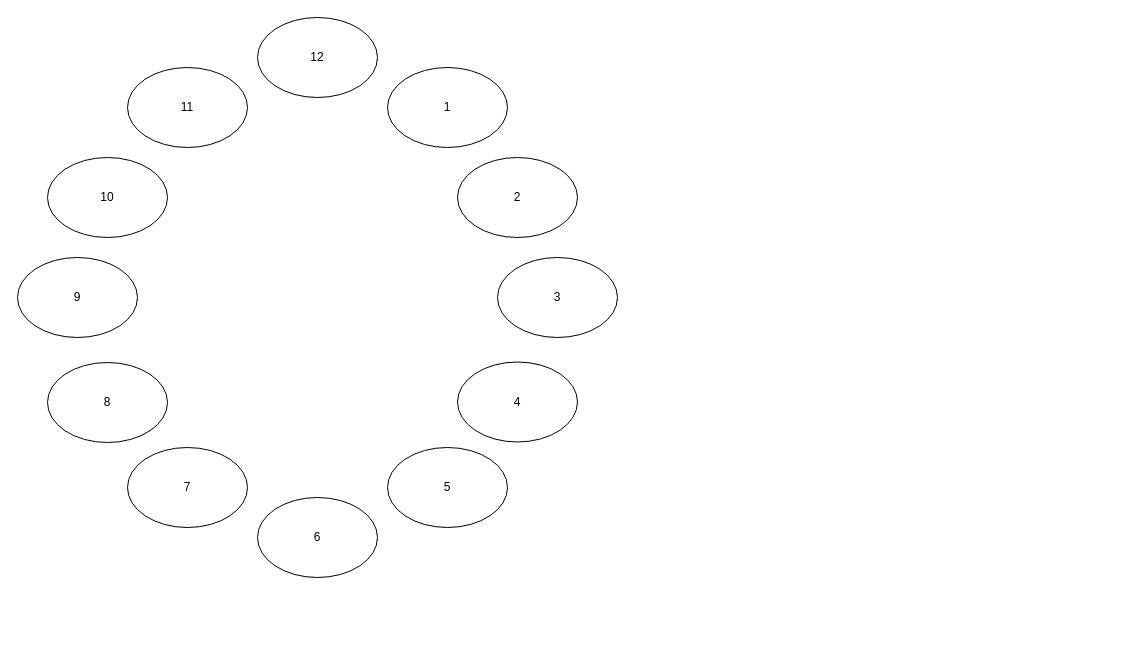
This is Teoria da Computação/G.drawio from John-The-Fox/4-semestre, a draw.io file, before an edit. Source tidied: cells renumbered, new cells numbered last; positions are measured from the earlier drawing's top-left corner, leaving out a move shared by most shapes. Both pictures are drawn from the tidied source at 100%, with x=0, y=0 at pixel (17, 17).
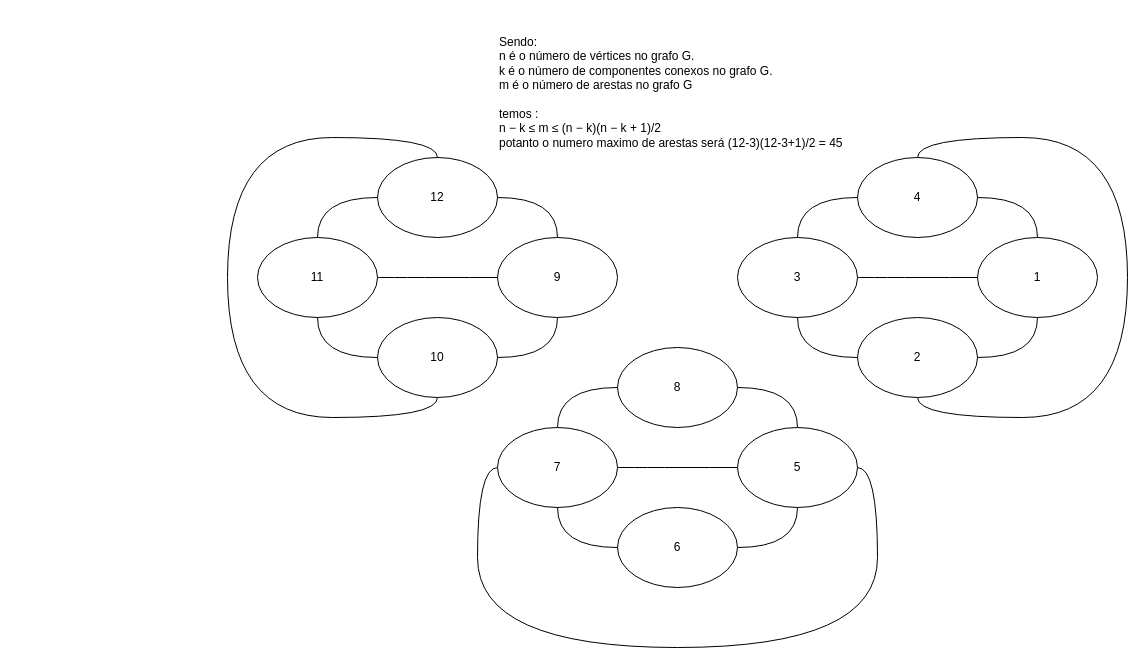
The same diagram, later.

Change to the diagram source:
```diff
@@
+    <mxCell id="14" style="edgeStyle=orthogonalEdgeStyle;curved=1;rounded=0;jettySize=auto;html=1;exitX=1;exitY=0.5;exitDx=0;exitDy=0;entryX=0.5;entryY=0;entryDx=0;entryDy=0;endArrow=none;endFill=0;" parent="1" edge="1" source="2" target="4">
+      <mxGeometry relative="1" as="geometry" />
+    </mxCell>
+    <mxCell id="15" style="edgeStyle=orthogonalEdgeStyle;curved=1;rounded=0;jettySize=auto;html=1;exitX=0.5;exitY=0;exitDx=0;exitDy=0;entryX=0.5;entryY=1;entryDx=0;entryDy=0;endArrow=none;endFill=0;" parent="1" edge="1" source="2" target="5">
+      <mxGeometry relative="1" as="geometry">
+        <Array as="points">
+          <mxPoint x="900" y="120" />
+          <mxPoint x="1110" y="120" />
+          <mxPoint x="1110" y="400" />
+          <mxPoint x="900" y="400" />
+        </Array>
+      </mxGeometry>
+    </mxCell>
     <mxCell id="2" value="4" style="ellipse;whiteSpace=wrap;html=1;" parent="1" vertex="1">
-      <mxGeometry x="440" y="344.5" width="120" height="80" as="geometry" />
+      <mxGeometry x="840" y="140" width="120" height="80" as="geometry" />
     </mxCell>
+    <mxCell id="16" style="edgeStyle=orthogonalEdgeStyle;curved=1;rounded=0;jettySize=auto;html=1;exitX=0.5;exitY=0;exitDx=0;exitDy=0;entryX=0;entryY=0.5;entryDx=0;entryDy=0;endArrow=none;endFill=0;" parent="1" edge="1" source="3" target="2">
+      <mxGeometry relative="1" as="geometry" />
+    </mxCell>
+    <mxCell id="17" style="edgeStyle=orthogonalEdgeStyle;curved=1;rounded=0;jettySize=auto;html=1;exitX=1;exitY=0.5;exitDx=0;exitDy=0;entryX=0;entryY=0.5;entryDx=0;entryDy=0;endArrow=none;endFill=0;" parent="1" edge="1" source="3" target="4">
+      <mxGeometry relative="1" as="geometry" />
+    </mxCell>
     <mxCell id="3" value="3" style="ellipse;whiteSpace=wrap;html=1;" parent="1" vertex="1">
-      <mxGeometry x="480" y="240" width="120" height="80" as="geometry" />
+      <mxGeometry x="720" y="220" width="120" height="80" as="geometry" />
     </mxCell>
+    <mxCell id="18" style="edgeStyle=orthogonalEdgeStyle;curved=1;rounded=0;jettySize=auto;html=1;exitX=0.5;exitY=1;exitDx=0;exitDy=0;entryX=1;entryY=0.5;entryDx=0;entryDy=0;endArrow=none;endFill=0;" parent="1" edge="1" source="4" target="5">
+      <mxGeometry relative="1" as="geometry" />
+    </mxCell>
     <mxCell id="4" value="1" style="ellipse;whiteSpace=wrap;html=1;" parent="1" vertex="1">
-      <mxGeometry x="370" y="50" width="120" height="80" as="geometry" />
+      <mxGeometry x="960" y="220" width="120" height="80" as="geometry" />
     </mxCell>
+    <mxCell id="19" style="edgeStyle=orthogonalEdgeStyle;curved=1;rounded=0;jettySize=auto;html=1;exitX=0;exitY=0.5;exitDx=0;exitDy=0;entryX=0.5;entryY=1;entryDx=0;entryDy=0;endArrow=none;endFill=0;" parent="1" edge="1" source="5" target="3">
+      <mxGeometry relative="1" as="geometry" />
+    </mxCell>
     <mxCell id="5" value="2" style="ellipse;whiteSpace=wrap;html=1;" parent="1" vertex="1">
-      <mxGeometry x="440" y="140" width="120" height="80" as="geometry" />
+      <mxGeometry x="840" y="300" width="120" height="80" as="geometry" />
     </mxCell>
+    <mxCell id="20" style="edgeStyle=orthogonalEdgeStyle;curved=1;rounded=0;jettySize=auto;html=1;exitX=1;exitY=0.5;exitDx=0;exitDy=0;entryX=0.5;entryY=0;entryDx=0;entryDy=0;endArrow=none;endFill=0;" parent="1" edge="1" source="6" target="8">
+      <mxGeometry relative="1" as="geometry" />
+    </mxCell>
     <mxCell id="6" value="8" style="ellipse;whiteSpace=wrap;html=1;" parent="1" vertex="1">
-      <mxGeometry x="30" y="345" width="120" height="80" as="geometry" />
+      <mxGeometry x="600" y="330" width="120" height="80" as="geometry" />
     </mxCell>
+    <mxCell id="21" style="edgeStyle=orthogonalEdgeStyle;curved=1;rounded=0;jettySize=auto;html=1;exitX=0.5;exitY=0;exitDx=0;exitDy=0;entryX=0;entryY=0.5;entryDx=0;entryDy=0;endArrow=none;endFill=0;" parent="1" edge="1" source="7" target="6">
+      <mxGeometry relative="1" as="geometry" />
+    </mxCell>
+    <mxCell id="22" style="edgeStyle=orthogonalEdgeStyle;curved=1;rounded=0;jettySize=auto;html=1;exitX=1;exitY=0.5;exitDx=0;exitDy=0;entryX=0;entryY=0.5;entryDx=0;entryDy=0;endArrow=none;endFill=0;" parent="1" edge="1" source="7" target="8">
+      <mxGeometry relative="1" as="geometry" />
+    </mxCell>
+    <mxCell id="23" style="edgeStyle=orthogonalEdgeStyle;curved=1;rounded=0;jettySize=auto;html=1;exitX=0;exitY=0.5;exitDx=0;exitDy=0;entryX=1;entryY=0.5;entryDx=0;entryDy=0;endArrow=none;endFill=0;" parent="1" edge="1" source="7" target="8">
+      <mxGeometry relative="1" as="geometry">
+        <Array as="points">
+          <mxPoint x="460" y="450" />
+          <mxPoint x="460" y="630" />
+          <mxPoint x="860" y="630" />
+          <mxPoint x="860" y="450" />
+        </Array>
+      </mxGeometry>
+    </mxCell>
     <mxCell id="7" value="7" style="ellipse;whiteSpace=wrap;html=1;" parent="1" vertex="1">
-      <mxGeometry x="110" y="430" width="120" height="80" as="geometry" />
+      <mxGeometry x="480" y="410" width="120" height="80" as="geometry" />
     </mxCell>
+    <mxCell id="24" style="edgeStyle=orthogonalEdgeStyle;curved=1;rounded=0;jettySize=auto;html=1;exitX=0.5;exitY=1;exitDx=0;exitDy=0;entryX=1;entryY=0.5;entryDx=0;entryDy=0;endArrow=none;endFill=0;" parent="1" edge="1" source="8" target="9">
+      <mxGeometry relative="1" as="geometry" />
+    </mxCell>
     <mxCell id="8" value="5" style="ellipse;whiteSpace=wrap;html=1;" parent="1" vertex="1">
-      <mxGeometry x="370" y="430" width="120" height="80" as="geometry" />
+      <mxGeometry x="720" y="410" width="120" height="80" as="geometry" />
     </mxCell>
+    <mxCell id="25" style="edgeStyle=orthogonalEdgeStyle;curved=1;rounded=0;jettySize=auto;html=1;exitX=0;exitY=0.5;exitDx=0;exitDy=0;entryX=0.5;entryY=1;entryDx=0;entryDy=0;endArrow=none;endFill=0;" parent="1" edge="1" source="9" target="7">
+      <mxGeometry relative="1" as="geometry" />
+    </mxCell>
     <mxCell id="9" value="6" style="ellipse;whiteSpace=wrap;html=1;" parent="1" vertex="1">
-      <mxGeometry x="240" y="480" width="120" height="80" as="geometry" />
+      <mxGeometry x="600" y="490" width="120" height="80" as="geometry" />
     </mxCell>
+    <mxCell id="26" style="edgeStyle=orthogonalEdgeStyle;curved=1;rounded=0;jettySize=auto;html=1;exitX=1;exitY=0.5;exitDx=0;exitDy=0;entryX=0.5;entryY=0;entryDx=0;entryDy=0;endArrow=none;endFill=0;" parent="1" edge="1" source="10" target="12">
+      <mxGeometry relative="1" as="geometry" />
+    </mxCell>
+    <mxCell id="27" style="edgeStyle=orthogonalEdgeStyle;curved=1;rounded=0;jettySize=auto;html=1;exitX=0.5;exitY=0;exitDx=0;exitDy=0;entryX=0.5;entryY=1;entryDx=0;entryDy=0;endArrow=none;endFill=0;" parent="1" edge="1" source="10" target="13">
+      <mxGeometry relative="1" as="geometry">
+        <Array as="points">
+          <mxPoint x="420" y="120" />
+          <mxPoint x="210" y="120" />
+          <mxPoint x="210" y="400" />
+          <mxPoint x="420" y="400" />
+        </Array>
+      </mxGeometry>
+    </mxCell>
     <mxCell id="10" value="12" style="ellipse;whiteSpace=wrap;html=1;" parent="1" vertex="1">
-      <mxGeometry x="240" width="120" height="80" as="geometry" />
+      <mxGeometry x="360" y="140" width="120" height="80" as="geometry" />
     </mxCell>
+    <mxCell id="28" style="edgeStyle=orthogonalEdgeStyle;curved=1;rounded=0;jettySize=auto;html=1;exitX=0.5;exitY=0;exitDx=0;exitDy=0;entryX=0;entryY=0.5;entryDx=0;entryDy=0;endArrow=none;endFill=0;" parent="1" edge="1" source="11" target="10">
+      <mxGeometry relative="1" as="geometry" />
+    </mxCell>
+    <mxCell id="29" style="edgeStyle=orthogonalEdgeStyle;curved=1;rounded=0;jettySize=auto;html=1;exitX=1;exitY=0.5;exitDx=0;exitDy=0;entryX=0;entryY=0.5;entryDx=0;entryDy=0;endArrow=none;endFill=0;" parent="1" edge="1" source="11" target="12">
+      <mxGeometry relative="1" as="geometry" />
+    </mxCell>
     <mxCell id="11" value="11" style="ellipse;whiteSpace=wrap;html=1;" parent="1" vertex="1">
-      <mxGeometry x="110" y="50" width="120" height="80" as="geometry" />
+      <mxGeometry x="240" y="220" width="120" height="80" as="geometry" />
     </mxCell>
+    <mxCell id="30" style="edgeStyle=orthogonalEdgeStyle;curved=1;rounded=0;jettySize=auto;html=1;exitX=0.5;exitY=1;exitDx=0;exitDy=0;entryX=1;entryY=0.5;entryDx=0;entryDy=0;endArrow=none;endFill=0;" parent="1" edge="1" source="12" target="13">
+      <mxGeometry relative="1" as="geometry" />
+    </mxCell>
     <mxCell id="12" value="9" style="ellipse;whiteSpace=wrap;html=1;" parent="1" vertex="1">
-      <mxGeometry y="240" width="120" height="80" as="geometry" />
+      <mxGeometry x="480" y="220" width="120" height="80" as="geometry" />
     </mxCell>
+    <mxCell id="31" style="edgeStyle=orthogonalEdgeStyle;curved=1;rounded=0;jettySize=auto;html=1;exitX=0;exitY=0.5;exitDx=0;exitDy=0;entryX=0.5;entryY=1;entryDx=0;entryDy=0;endArrow=none;endFill=0;" parent="1" edge="1" source="13" target="11">
+      <mxGeometry relative="1" as="geometry" />
+    </mxCell>
     <mxCell id="13" value="10" style="ellipse;whiteSpace=wrap;html=1;" parent="1" vertex="1">
-      <mxGeometry x="30" y="140" width="120" height="80" as="geometry" />
+      <mxGeometry x="360" y="300" width="120" height="80" as="geometry" />
     </mxCell>
+    <mxCell id="32" value="&lt;div&gt;Sendo:&lt;br&gt;n é o número de vértices no grafo&amp;nbsp;&lt;span style=&quot;background-color: initial;&quot;&gt;G.&lt;/span&gt;&lt;/div&gt;&lt;div&gt;k é o número de componentes conexos no grafo&amp;nbsp;&lt;span style=&quot;background-color: initial;&quot;&gt;G.&lt;/span&gt;&lt;/div&gt;&lt;div style=&quot;&quot;&gt;m é o número de arestas no grafo&amp;nbsp;&lt;span style=&quot;background-color: initial;&quot;&gt;G&lt;/span&gt;&lt;/div&gt;&lt;div style=&quot;&quot;&gt;&lt;span style=&quot;background-color: initial;&quot;&gt;&lt;br&gt;&lt;/span&gt;&lt;/div&gt;&lt;div style=&quot;&quot;&gt;&lt;span style=&quot;background-color: initial;&quot;&gt;temos :&lt;/span&gt;&lt;/div&gt;n − k ≤ m ≤ (n − k)(n − k + 1)/2&lt;br&gt;potanto o numero maximo de arestas será (12-3)(12-3+1)/2 = 45" style="text;html=1;align=left;verticalAlign=middle;strokeColor=none;fillColor=none;" parent="1" vertex="1">
+      <mxGeometry x="480" y="10" width="370" height="130" as="geometry" />
+    </mxCell>
```
